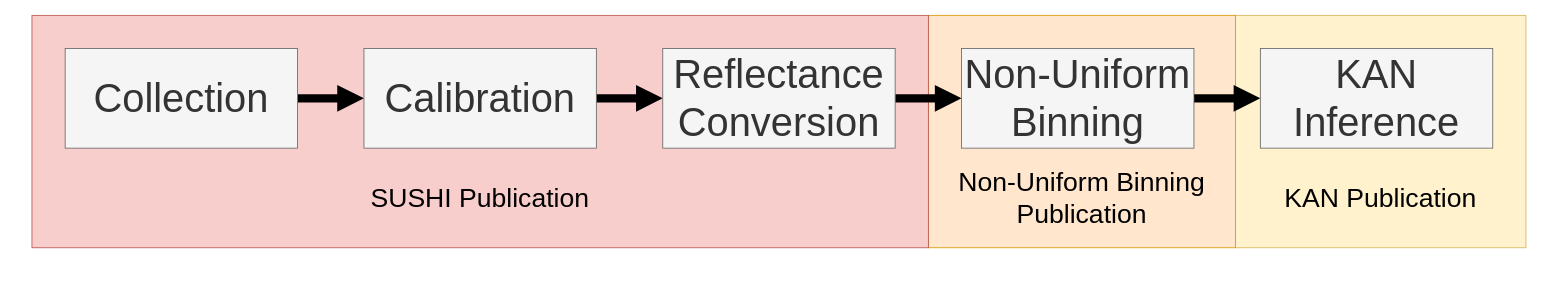
This is publicationsPipeline.drawio from snider-lab-msu/figures, a draw.io file, before an edit. Source tidied: cells renumbered, new cells numbered last; positions are measured from the earlier drawing's top-left corner, leaving out a move shared by most shapes. Both pictures are drawn from the tidied source at 83%, with x=0, y=0 at pixel (32, 15).
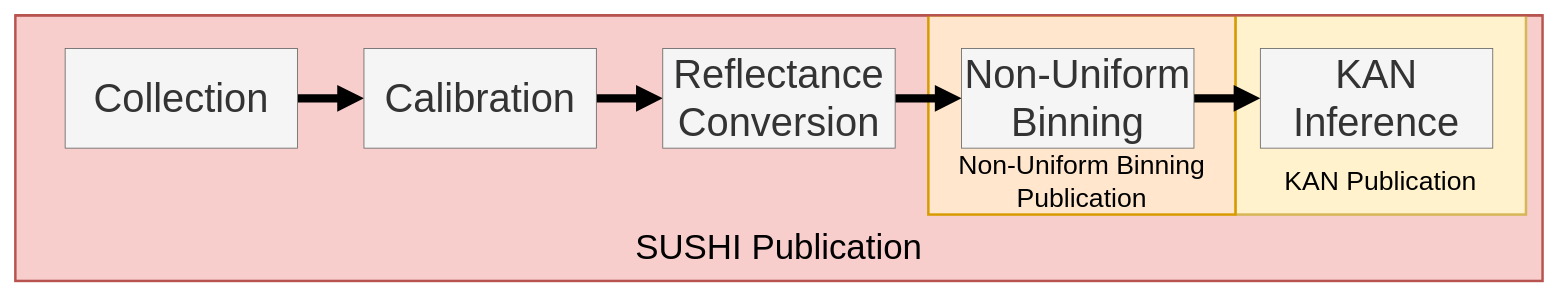
The same diagram, later.

Commit message:
changed sushi to encompass everything

The edit, as a diff of the source:
```diff
@@
 <mxGraphModel>
   <root>
     <mxCell id="0" />
     <mxCell id="1" parent="0" />
+    <mxCell id="4" style="rounded=0;whiteSpace=wrap;html=1;fillColor=#f8cecc;strokeColor=#b85450;strokeWidth=3;" parent="1" vertex="1">
+      <mxGeometry x="-20" width="1840" height="320" as="geometry" />
+    </mxCell>
-    <mxCell id="2" style="rounded=0;whiteSpace=wrap;html=1;fillColor=#fff2cc;strokeColor=#d6b656;" parent="1" vertex="1">
-      <mxGeometry x="1450" width="350" height="280" as="geometry" />
+    <mxCell id="2" style="rounded=0;whiteSpace=wrap;html=1;fillColor=#fff2cc;strokeColor=#d6b656;strokeWidth=3;" parent="1" vertex="1">
+      <mxGeometry x="1450" width="350" height="240" as="geometry" />
     </mxCell>
-    <mxCell id="3" style="rounded=0;whiteSpace=wrap;html=1;fillColor=#ffe6cc;strokeColor=#d79b00;" parent="1" vertex="1">
-      <mxGeometry x="1080" width="370" height="280" as="geometry" />
+    <mxCell id="3" style="rounded=0;whiteSpace=wrap;html=1;fillColor=#ffe6cc;strokeColor=#d79b00;strokeWidth=3;" parent="1" vertex="1">
+      <mxGeometry x="1080" width="370" height="240" as="geometry" />
     </mxCell>
-    <mxCell id="4" style="rounded=0;whiteSpace=wrap;html=1;fillColor=#f8cecc;strokeColor=#b85450;" parent="1" vertex="1">
-      <mxGeometry width="1080" height="280" as="geometry" />
-    </mxCell>
     <mxCell id="5" style="edgeStyle=orthogonalEdgeStyle;rounded=0;jettySize=auto;html=1;exitX=1;exitY=0.5;exitDx=0;exitDy=0;entryX=0;entryY=0.5;entryDx=0;entryDy=0;defaultLabelBackgroundColor=gap;strokeWidth=10;endArrow=block;endFill=1;" parent="1" edge="1" source="6" target="8">
       <mxGeometry relative="1" as="geometry" />
     </mxCell>
     <mxCell id="6" value="Collection" style="rounded=0;whiteSpace=wrap;html=1;fontSize=48;fillColor=#f5f5f5;strokeColor=#666666;fontColor=#333333;" parent="1" vertex="1">
       <mxGeometry x="40" y="40" width="280" height="120" as="geometry" />
     </mxCell>
     <mxCell id="7" style="edgeStyle=orthogonalEdgeStyle;rounded=0;jettySize=auto;html=1;entryX=0;entryY=0.5;entryDx=0;entryDy=0;defaultLabelBackgroundColor=gap;strokeWidth=10;endArrow=block;endFill=1;" parent="1" edge="1" source="8" target="10">
       <mxGeometry relative="1" as="geometry" />
     </mxCell>
     <mxCell id="8" value="Calibration" style="rounded=0;whiteSpace=wrap;html=1;fontSize=48;fillColor=#f5f5f5;strokeColor=#666666;fontColor=#333333;" parent="1" vertex="1">
       <mxGeometry x="400" y="40" width="280" height="120" as="geometry" />
     </mxCell>
     <mxCell id="9" style="edgeStyle=orthogonalEdgeStyle;rounded=0;jettySize=auto;html=1;exitX=1;exitY=0.5;exitDx=0;exitDy=0;entryX=0;entryY=0.5;entryDx=0;entryDy=0;defaultLabelBackgroundColor=gap;strokeWidth=10;endArrow=block;endFill=1;" parent="1" edge="1" source="10" target="12">
       <mxGeometry relative="1" as="geometry" />
     </mxCell>
     <mxCell id="10" value="&lt;div&gt;Reflectance&lt;/div&gt;Conversion" style="rounded=0;whiteSpace=wrap;html=1;fontSize=48;fillColor=#f5f5f5;strokeColor=#666666;fontColor=#333333;" parent="1" vertex="1">
       <mxGeometry x="760" y="40" width="280" height="120" as="geometry" />
     </mxCell>
     <mxCell id="11" style="edgeStyle=orthogonalEdgeStyle;rounded=0;jettySize=auto;html=1;exitX=1;exitY=0.5;exitDx=0;exitDy=0;entryX=0;entryY=0.5;entryDx=0;entryDy=0;defaultLabelBackgroundColor=gap;strokeWidth=10;endArrow=block;endFill=1;" parent="1" edge="1" source="12" target="13">
       <mxGeometry relative="1" as="geometry" />
     </mxCell>
     <mxCell id="12" value="&lt;div&gt;Non-Uniform&lt;/div&gt;&lt;div&gt;Binning&lt;/div&gt;" style="rounded=0;whiteSpace=wrap;html=1;fontSize=48;fillColor=#f5f5f5;strokeColor=#666666;fontColor=#333333;" parent="1" vertex="1">
       <mxGeometry x="1120" y="40" width="280" height="120" as="geometry" />
     </mxCell>
     <mxCell id="13" value="&lt;div&gt;KAN&lt;/div&gt;&lt;div&gt;Inference&lt;/div&gt;" style="rounded=0;whiteSpace=wrap;html=1;fontSize=48;fillColor=#f5f5f5;strokeColor=#666666;fontColor=#333333;" parent="1" vertex="1">
       <mxGeometry x="1480" y="40" width="280" height="120" as="geometry" />
     </mxCell>
-    <mxCell id="14" value="&lt;div&gt;&lt;font&gt;SUSHI Publication&lt;/font&gt;&lt;/div&gt;" style="text;html=1;whiteSpace=wrap;strokeColor=none;fillColor=none;align=center;verticalAlign=middle;rounded=0;fontSize=32;" parent="1" vertex="1">
-      <mxGeometry y="160" width="1080" height="120" as="geometry" />
+    <mxCell id="14" value="&lt;div&gt;&lt;font&gt;SUSHI Publication&lt;/font&gt;&lt;/div&gt;" style="text;html=1;whiteSpace=wrap;strokeColor=none;fillColor=none;align=center;verticalAlign=middle;rounded=0;fontSize=42;" parent="1" vertex="1">
+      <mxGeometry x="-20" y="240" width="1840" height="80" as="geometry" />
     </mxCell>
     <mxCell id="15" value="Non-Uniform Binning Publication" style="text;html=1;whiteSpace=wrap;strokeColor=none;fillColor=none;align=center;verticalAlign=middle;rounded=0;fontSize=32;" parent="1" vertex="1">
-      <mxGeometry x="1080" y="160" width="370" height="120" as="geometry" />
+      <mxGeometry x="1080" y="160" width="370" height="80" as="geometry" />
     </mxCell>
     <mxCell id="16" value="KAN Publication" style="text;html=1;whiteSpace=wrap;strokeColor=none;fillColor=none;align=center;verticalAlign=middle;rounded=0;fontSize=32;" parent="1" vertex="1">
-      <mxGeometry x="1450" y="160" width="350" height="120" as="geometry" />
+      <mxGeometry x="1450" y="160" width="350" height="80" as="geometry" />
     </mxCell>
+    <mxCell id="17" style="endArrow=none;html=1;rounded=0;entryX=1;entryY=0;entryDx=0;entryDy=0;strokeColor=#B85450;strokeWidth=3;exitX=0;exitY=0;exitDx=0;exitDy=0;" parent="1" edge="1" source="4" target="4">
+      <mxGeometry relative="1" as="geometry" />
+    </mxCell>
   </root>
 </mxGraphModel>
```
